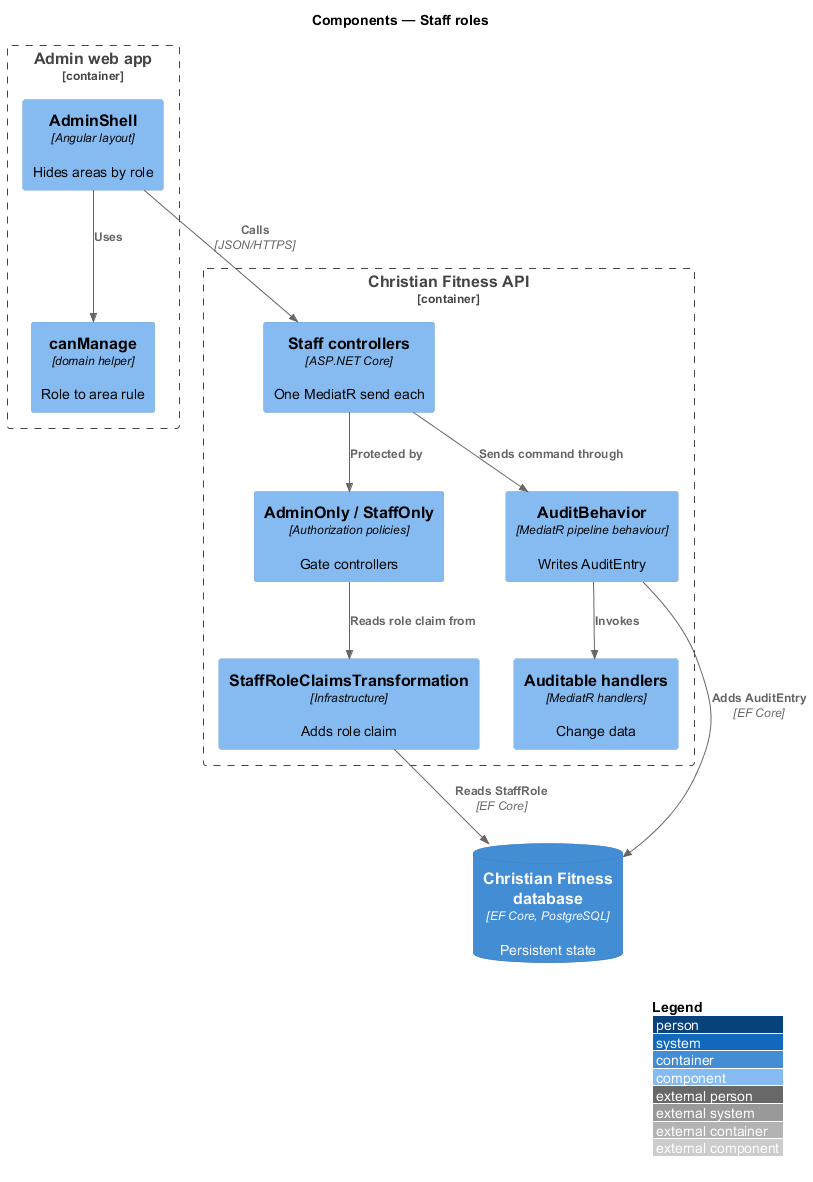
The PlantUML diagram docs/detailed-designs/admin-access/staff-roles/diagrams/c4-component.png in QuinntyneBrown/christian-fitness, before a commit.
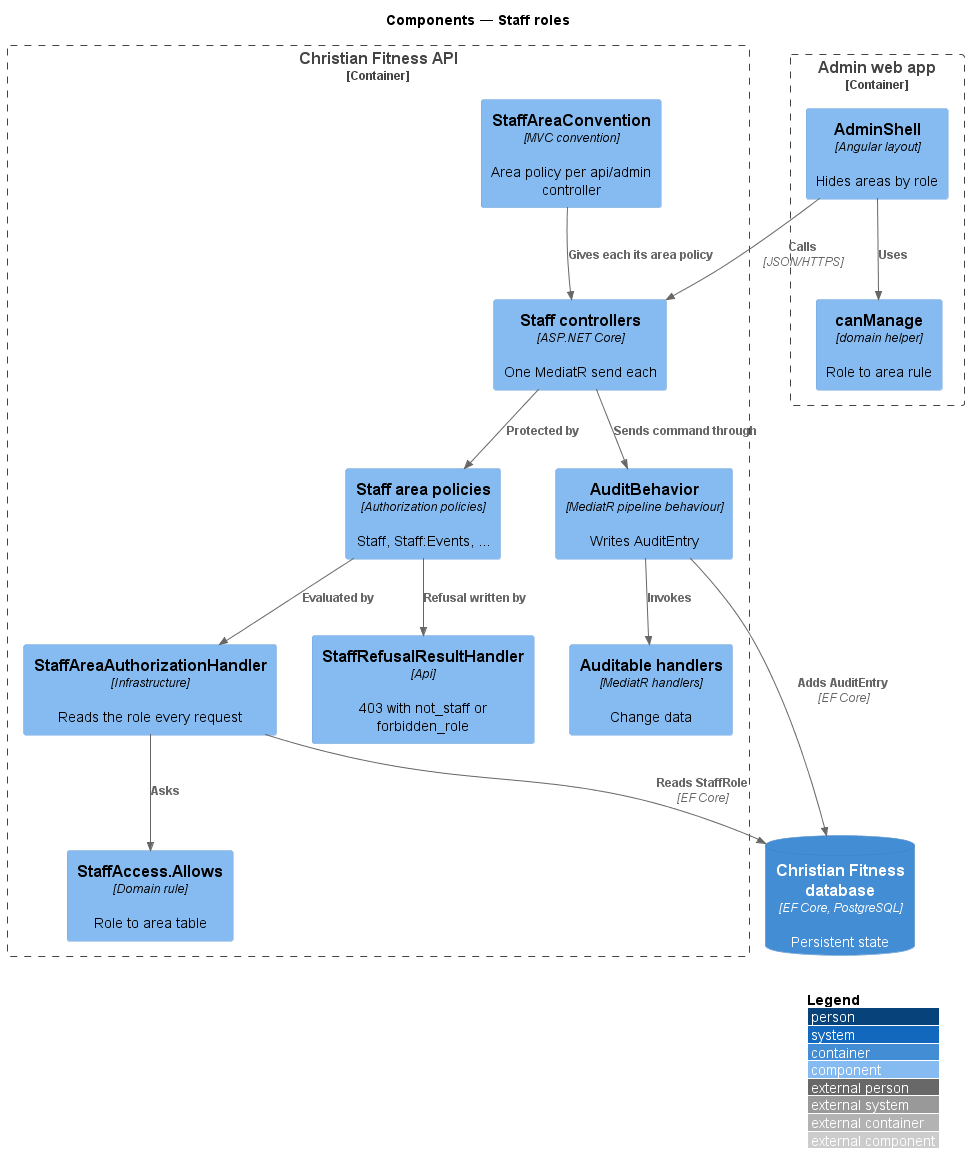
After the change.

The edit, as a diff of the source:
```diff
@@ -8,8 +8,11 @@
   Component(canm, "canManage", "domain helper", "Role to area rule")
 }
 Container_Boundary(api, "Christian Fitness API") {
-  Component(pol, "AdminOnly / StaffOnly", "Authorization policies", "Gate controllers")
-  Component(claims, "StaffRoleClaimsTransformation", "Infrastructure", "Adds role claim")
+  Component(conv, "StaffAreaConvention", "MVC convention", "Area policy per api/admin controller")
+  Component(pol, "Staff area policies", "Authorization policies", "Staff, Staff:Events, ...")
+  Component(claims, "StaffAreaAuthorizationHandler", "Infrastructure", "Reads the role every request")
+  Component(rule, "StaffAccess.Allows", "Domain rule", "Role to area table")
+  Component(result, "StaffRefusalResultHandler", "Api", "403 with not_staff or forbidden_role")
   Component(ctrl, "Staff controllers", "ASP.NET Core", "One MediatR send each")
   Component(audit, "AuditBehavior", "MediatR pipeline behaviour", "Writes AuditEntry")
   Component(handler, "Auditable handlers", "MediatR handlers", "Change data")
@@ -19,7 +22,10 @@
 Rel(nav, canm, "Uses")
 Rel(nav, ctrl, "Calls", "JSON/HTTPS")
 Rel(ctrl, pol, "Protected by")
-Rel(pol, claims, "Reads role claim from")
+Rel(conv, ctrl, "Gives each its area policy")
+Rel(pol, claims, "Evaluated by")
+Rel(claims, rule, "Asks")
+Rel(pol, result, "Refusal written by")
 Rel(ctrl, audit, "Sends command through")
 Rel(audit, handler, "Invokes")
 Rel(audit, db, "Adds AuditEntry", "EF Core")
```
